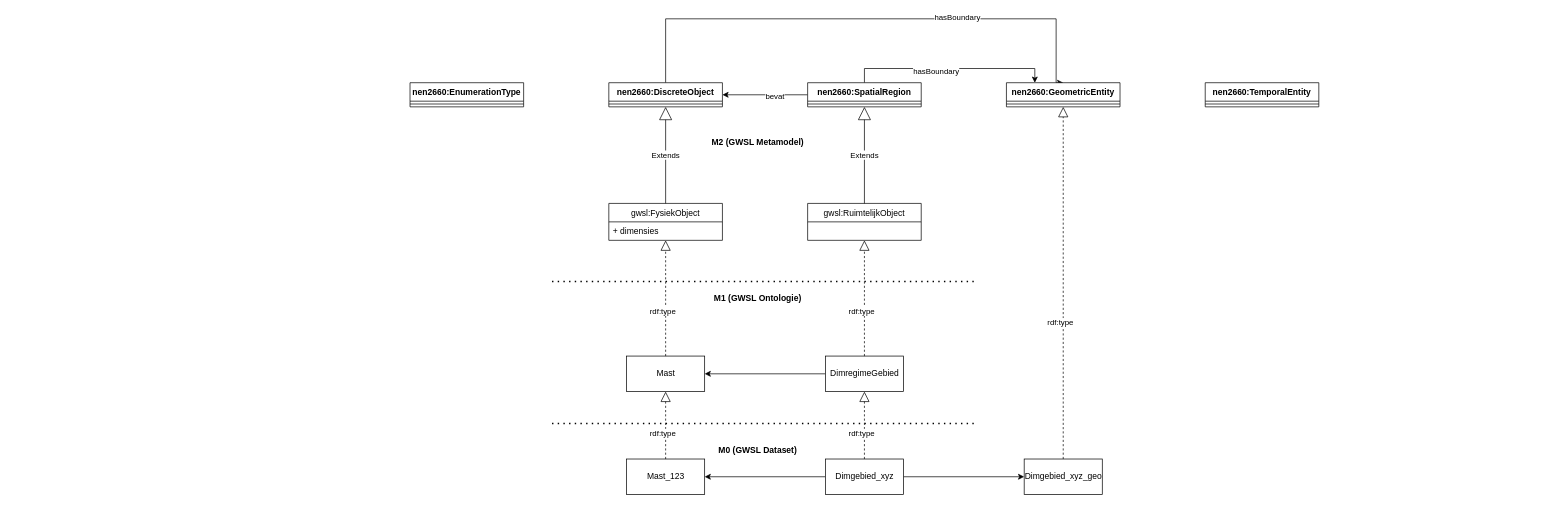
Earlier version of the draw.io diagram data/Werkgroep Modellering en Techniek/Model_GWSL.drawio (Stichting-CROW/gwsl). Source tidied: cells renumbered, new cells numbered last; positions are measured from the earlier drawing's top-left corner, leaving out a move shared by most shapes. Both pictures are drawn from the tidied source at 71%, with x=0, y=0 at pixel (410, 18).
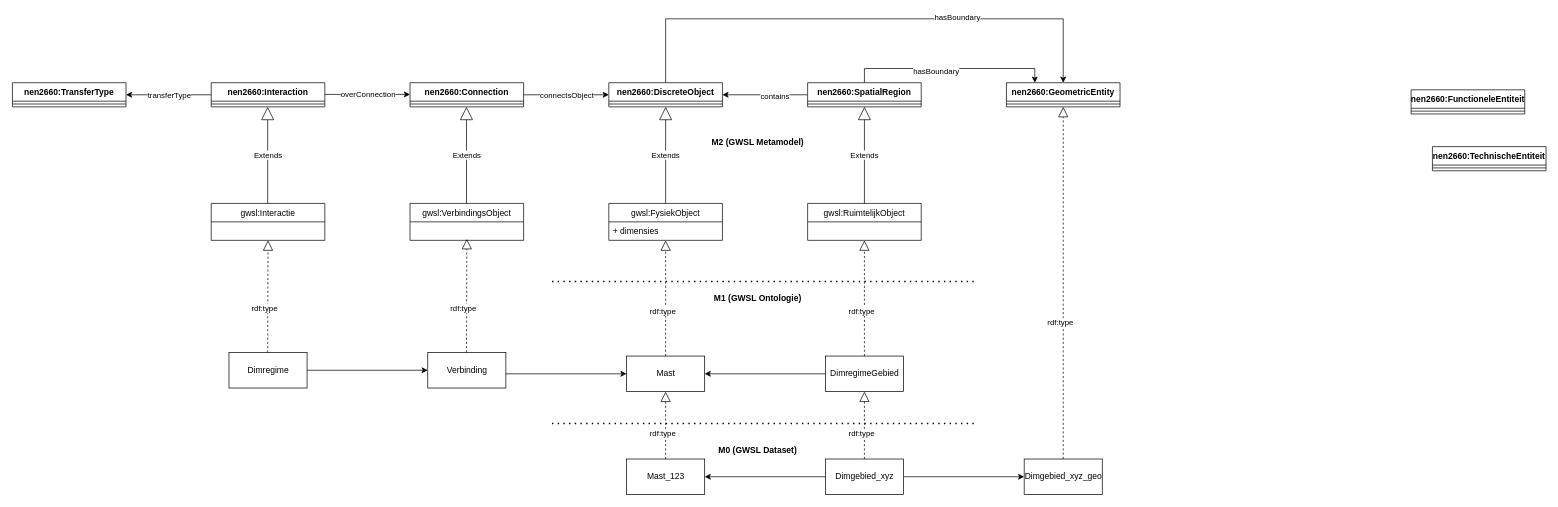
The same page after the edit.

Unchanged cells that the change refers to:
```xml
<mxCell id="2" style="edgeStyle=orthogonalEdgeStyle;rounded=0;jettySize=auto;html=1;entryX=0;entryY=0.5;entryDx=0;entryDy=0;startArrow=classic;startFill=1;endArrow=none;endFill=0;" parent="1" edge="1" source="6" target="10">
  <mxGeometry relative="1" as="geometry" />
</mxCell>
<mxCell id="6" value="nen2660:DiscreteObject" style="swimlane;fontStyle=1;align=center;verticalAlign=top;horizontal=1;startSize=26;" parent="1" vertex="1">
  <mxGeometry x="280" y="90" width="160" height="34" as="geometry" />
</mxCell>
<mxCell id="16" value="Mast" style="html=1;" parent="1" vertex="1">
  <mxGeometry x="305" y="475" width="110" height="50" as="geometry" />
</mxCell>
<mxCell id="37" value="nen2660:GeometricEntity" style="swimlane;fontStyle=1;align=center;verticalAlign=top;horizontal=1;startSize=26;" parent="1" vertex="1">
  <mxGeometry x="840" y="90" width="160" height="34" as="geometry" />
</mxCell>
```

What changed in the source:
```diff
@@
-    <mxCell id="3" value="bevat" style="edgeLabel;html=1;align=center;verticalAlign=middle;" parent="2" vertex="1">
+    <mxCell id="3" value="contains" style="edgeLabel;html=1;align=center;verticalAlign=middle;" parent="2" vertex="1">
       <mxGeometry x="0.21" y="-2" relative="1" as="geometry" />
     </mxCell>
     <mxCell id="4" style="edgeStyle=orthogonalEdgeStyle;rounded=0;jettySize=auto;html=1;entryX=0.5;entryY=0;entryDx=0;entryDy=0;startArrow=none;startFill=0;endArrow=classic;endFill=1;" parent="1" edge="1" source="6" target="37">
       <mxGeometry relative="1" as="geometry">
         <Array as="points">
           <mxPoint x="360" />
-          <mxPoint x="910" />
+          <mxPoint x="920" />
         </Array>
       </mxGeometry>
     </mxCell>
@@
-    <mxCell id="42" value="nen2660:TemporalEntity" style="swimlane;fontStyle=1;align=center;verticalAlign=top;horizontal=1;startSize=26;" parent="1" vertex="1">
-      <mxGeometry x="1120" y="90" width="160" height="34" as="geometry" />
+    <mxCell id="42" value="nen2660:Connection" style="swimlane;fontStyle=1;align=center;verticalAlign=top;horizontal=1;startSize=26;" parent="1" vertex="1">
+      <mxGeometry y="90" width="160" height="34" as="geometry" />
     </mxCell>
@@
-    <mxCell id="44" value="nen2660:EnumerationType" style="swimlane;fontStyle=1;align=center;verticalAlign=top;horizontal=1;startSize=26;" parent="1" vertex="1">
-      <mxGeometry y="90" width="160" height="34" as="geometry" />
-    </mxCell>
-    <mxCell id="45" style="line;strokeWidth=1;fillColor=none;align=left;verticalAlign=middle;spacingTop=-1;spacingLeft=3;spacingRight=3;labelPosition=right;" parent="44" vertex="1">
-      <mxGeometry y="26" width="160" height="8" as="geometry" />
-    </mxCell>
+    <mxCell id="46" value="nen2660:TechnischeEntiteit" style="swimlane;fontStyle=1;align=center;verticalAlign=top;horizontal=1;startSize=26;" parent="1" vertex="1">
+      <mxGeometry x="1440" y="180" width="160" height="34" as="geometry" />
+    </mxCell>
+    <mxCell id="47" style="line;strokeWidth=1;fillColor=none;align=left;verticalAlign=middle;spacingTop=-1;spacingLeft=3;spacingRight=3;labelPosition=right;" parent="46" vertex="1">
+      <mxGeometry y="26" width="160" height="8" as="geometry" />
+    </mxCell>
+    <mxCell id="48" value="nen2660:FunctioneleEntiteit" style="swimlane;fontStyle=1;align=center;verticalAlign=top;horizontal=1;startSize=26;" parent="1" vertex="1">
+      <mxGeometry x="1410" y="100" width="160" height="34" as="geometry" />
+    </mxCell>
+    <mxCell id="49" style="line;strokeWidth=1;fillColor=none;align=left;verticalAlign=middle;spacingTop=-1;spacingLeft=3;spacingRight=3;labelPosition=right;" parent="48" vertex="1">
+      <mxGeometry y="26" width="160" height="8" as="geometry" />
+    </mxCell>
+    <mxCell id="50" value="gwsl:VerbindingsObject" style="swimlane;fontStyle=0;horizontal=1;startSize=26;fillColor=none;" parent="1" vertex="1">
+      <mxGeometry y="260" width="160" height="52" as="geometry" />
+    </mxCell>
+    <mxCell id="51" value="Extends" style="endArrow=block;endSize=16;endFill=0;html=1;entryX=0.5;entryY=1;entryDx=0;entryDy=0;" parent="1" edge="1">
+      <mxGeometry relative="1" as="geometry">
+        <mxPoint x="79.5" y="260" as="sourcePoint" />
+        <mxPoint x="79.5" y="124" as="targetPoint" />
+      </mxGeometry>
+    </mxCell>
+    <mxCell id="52" style="endArrow=classic;html=1;entryX=0;entryY=0.5;entryDx=0;entryDy=0;exitX=1;exitY=0.5;exitDx=0;exitDy=0;" parent="1" edge="1" source="42" target="6">
+      <mxGeometry relative="1" as="geometry" />
+    </mxCell>
+    <mxCell id="53" value="connectsObject" style="edgeLabel;html=1;align=center;verticalAlign=middle;" parent="52" vertex="1">
+      <mxGeometry x="0.25" y="-3" relative="1" as="geometry">
+        <mxPoint x="-15" y="-3" as="offset" />
+      </mxGeometry>
+    </mxCell>
+    <mxCell id="54" value="nen2660:Interaction" style="swimlane;fontStyle=1;align=center;verticalAlign=top;horizontal=1;startSize=26;" parent="1" vertex="1">
+      <mxGeometry x="-280" y="90" width="160" height="34" as="geometry" />
+    </mxCell>
+    <mxCell id="55" style="line;strokeWidth=1;fillColor=none;align=left;verticalAlign=middle;spacingTop=-1;spacingLeft=3;spacingRight=3;labelPosition=right;" parent="54" vertex="1">
+      <mxGeometry y="26" width="160" height="8" as="geometry" />
+    </mxCell>
+    <mxCell id="56" value="Verbinding" style="html=1;" parent="1" vertex="1">
+      <mxGeometry x="25" y="470" width="110" height="50" as="geometry" />
+    </mxCell>
+    <mxCell id="57" style="endArrow=block;dashed=1;endFill=0;endSize=12;html=1;exitX=0.5;exitY=0;exitDx=0;exitDy=0;" parent="1" edge="1">
+      <mxGeometry relative="1" as="geometry">
+        <mxPoint x="79.5" y="470" as="sourcePoint" />
+        <mxPoint x="80" y="310" as="targetPoint" />
+      </mxGeometry>
+    </mxCell>
+    <mxCell id="58" value="rdf:type" style="edgeLabel;html=1;align=center;verticalAlign=middle;" parent="57" vertex="1">
+      <mxGeometry x="-0.22" y="5" relative="1" as="geometry" />
+    </mxCell>
+    <mxCell id="59" style="endArrow=classic;html=1;entryX=0;entryY=0.5;entryDx=0;entryDy=0;" parent="1" edge="1" target="16">
+      <mxGeometry relative="1" as="geometry">
+        <mxPoint x="135" y="500" as="sourcePoint" />
+      </mxGeometry>
+    </mxCell>
+    <mxCell id="60" value="gwsl:Interactie" style="swimlane;fontStyle=0;horizontal=1;startSize=26;fillColor=none;" parent="1" vertex="1">
+      <mxGeometry x="-280" y="260" width="160" height="52" as="geometry" />
+    </mxCell>
+    <mxCell id="61" value="Extends" style="endArrow=block;endSize=16;endFill=0;html=1;entryX=0.5;entryY=1;entryDx=0;entryDy=0;" parent="1" edge="1">
+      <mxGeometry relative="1" as="geometry">
+        <mxPoint x="-200.5" y="260" as="sourcePoint" />
+        <mxPoint x="-200.5" y="124" as="targetPoint" />
+      </mxGeometry>
+    </mxCell>
+    <mxCell id="62" style="edgeStyle=orthogonalEdgeStyle;rounded=0;jettySize=auto;html=1;exitX=1;exitY=0.5;exitDx=0;exitDy=0;entryX=0;entryY=0.5;entryDx=0;entryDy=0;" parent="1" edge="1" source="63" target="56">
+      <mxGeometry relative="1" as="geometry" />
+    </mxCell>
+    <mxCell id="63" value="Dimregime" style="html=1;" parent="1" vertex="1">
+      <mxGeometry x="-255" y="470" width="110" height="50" as="geometry" />
+    </mxCell>
+    <mxCell id="64" style="endArrow=block;dashed=1;endFill=0;endSize=12;html=1;exitX=0.5;exitY=0;exitDx=0;exitDy=0;entryX=0.5;entryY=1;entryDx=0;entryDy=0;" parent="1" edge="1" target="60">
+      <mxGeometry relative="1" as="geometry">
+        <mxPoint x="-200.5" y="470" as="sourcePoint" />
+      </mxGeometry>
+    </mxCell>
+    <mxCell id="65" value="rdf:type" style="edgeLabel;html=1;align=center;verticalAlign=middle;" parent="64" vertex="1">
+      <mxGeometry x="-0.22" y="5" relative="1" as="geometry" />
+    </mxCell>
+    <mxCell id="66" style="endArrow=classic;html=1;entryX=0;entryY=0.5;entryDx=0;entryDy=0;exitX=1;exitY=0.5;exitDx=0;exitDy=0;" parent="1" edge="1">
+      <mxGeometry relative="1" as="geometry">
+        <mxPoint x="-120" y="106.5" as="sourcePoint" />
+        <mxPoint y="106.5" as="targetPoint" />
+      </mxGeometry>
+    </mxCell>
+    <mxCell id="67" value="overConnection" style="edgeLabel;html=1;align=center;verticalAlign=middle;" parent="66" vertex="1">
+      <mxGeometry x="0.25" y="-3" relative="1" as="geometry">
+        <mxPoint x="-15" y="-3" as="offset" />
+      </mxGeometry>
+    </mxCell>
+    <mxCell id="68" value="nen2660:TransferType" style="swimlane;fontStyle=1;align=center;verticalAlign=top;horizontal=1;startSize=26;" parent="1" vertex="1">
+      <mxGeometry x="-560" y="90" width="160" height="34" as="geometry" />
+    </mxCell>
+    <mxCell id="69" style="line;strokeWidth=1;fillColor=none;align=left;verticalAlign=middle;spacingTop=-1;spacingLeft=3;spacingRight=3;labelPosition=right;" parent="68" vertex="1">
+      <mxGeometry y="26" width="160" height="8" as="geometry" />
+    </mxCell>
+    <mxCell id="70" style="endArrow=classic;html=1;entryX=1;entryY=0.5;entryDx=0;entryDy=0;exitX=0;exitY=0.5;exitDx=0;exitDy=0;" parent="1" edge="1" source="54" target="68">
+      <mxGeometry relative="1" as="geometry" />
+    </mxCell>
+    <mxCell id="71" value="transferType" style="edgeLabel;html=1;align=center;verticalAlign=middle;" parent="70" vertex="1">
+      <mxGeometry x="0.25" y="-3" relative="1" as="geometry">
+        <mxPoint x="15" y="3" as="offset" />
+      </mxGeometry>
+    </mxCell>
```
